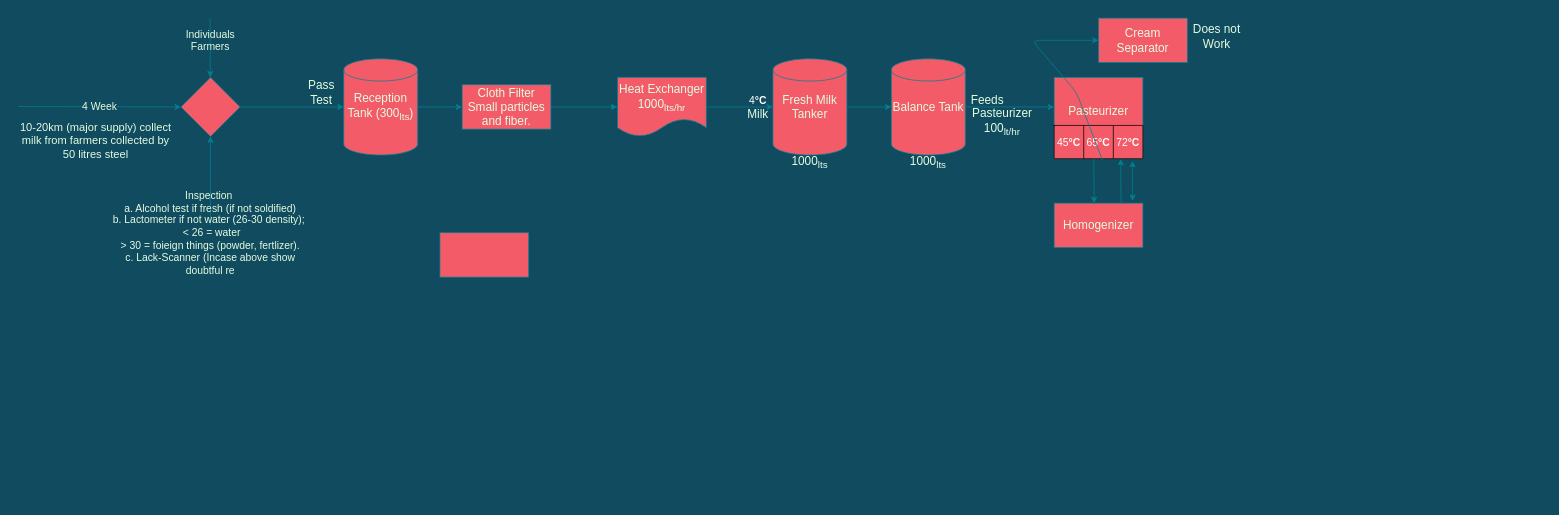
Above: Untitled Diagram.drawio in johnlee47/Abyss (draw.io), before the change. Source tidied: cells renumbered, new cells numbered last; positions are measured from the earlier drawing's top-left corner, leaving out a move shared by most shapes. Both pictures are drawn from the tidied source at 74%, with x=0, y=0 at pixel (18, 18).
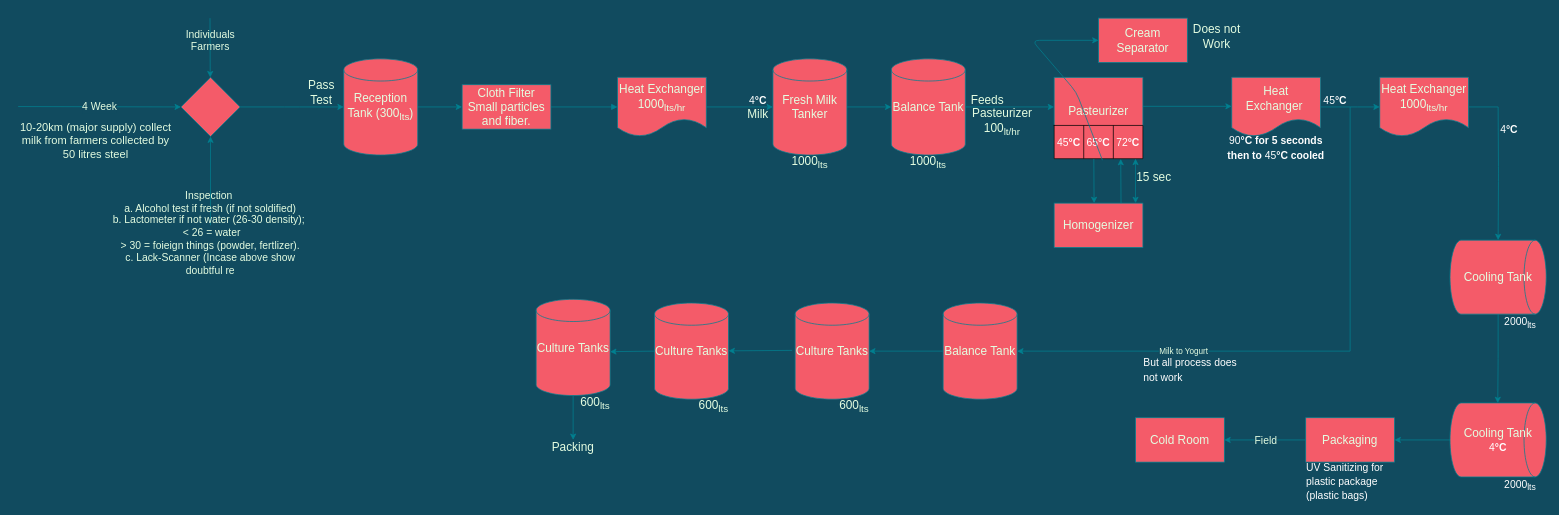
After the change.

Change to the diagram source:
```diff
@@
-    <mxCell id="16" style="rounded=0;whiteSpace=wrap;html=1;sketch=0;strokeColor=#028090;fillColor=#F45B69;fontSize=16;fontColor=#E4FDE1;labelPosition=center;verticalLabelPosition=middle;align=center;verticalAlign=middle;" parent="1" vertex="1">
-      <mxGeometry x="570" y="290" width="120" height="60" as="geometry" />
+    <mxCell id="16" value="Cold Room" style="rounded=0;whiteSpace=wrap;html=1;sketch=0;strokeColor=#028090;fillColor=#F45B69;fontSize=16;fontColor=#E4FDE1;labelPosition=center;verticalLabelPosition=middle;align=center;verticalAlign=middle;" parent="1" vertex="1">
+      <mxGeometry x="1510" y="540" width="120" height="60" as="geometry" />
     </mxCell>
@@
-    <mxCell id="41" style="endArrow=classic;startArrow=classic;html=1;strokeColor=#028090;fillColor=#F45B69;fontSize=16;fontColor=#E4FDE1;" parent="1" edge="1">
-      <mxGeometry relative="1" as="geometry">
-        <mxPoint x="1506" y="247" as="sourcePoint" />
-        <mxPoint x="1506" y="193" as="targetPoint" />
-        <Array as="points">
-          <mxPoint x="1506" y="220" />
-        </Array>
-      </mxGeometry>
-    </mxCell>
+    <mxCell id="42" value="15 sec" style="text;html=1;strokeColor=none;fillColor=none;align=center;verticalAlign=middle;whiteSpace=wrap;rounded=0;sketch=0;fontSize=16;fontColor=#E4FDE1;" parent="1" vertex="1">
+      <mxGeometry x="1510" y="205" width="50" height="20" as="geometry" />
+    </mxCell>
+    <mxCell id="43" style="endArrow=classic;startArrow=classic;html=1;strokeColor=#028090;fillColor=#F45B69;fontSize=16;fontColor=#E4FDE1;" parent="1" edge="1">
+      <mxGeometry relative="1" as="geometry">
+        <mxPoint x="1510" y="250" as="sourcePoint" />
+        <mxPoint x="1510" y="190" as="targetPoint" />
+      </mxGeometry>
+    </mxCell>
+    <mxCell id="44" style="edgeStyle=orthogonalEdgeStyle;curved=0;rounded=1;sketch=0;orthogonalLoop=1;jettySize=auto;html=1;strokeColor=#028090;fillColor=#F45B69;fontSize=16;fontColor=#E4FDE1;" parent="1" edge="1">
+      <mxGeometry relative="1" as="geometry">
+        <mxPoint x="1520" y="119.2" as="sourcePoint" />
+        <mxPoint x="1640" y="119.2" as="targetPoint" />
+      </mxGeometry>
+    </mxCell>
+    <mxCell id="45" style="edgeStyle=orthogonalEdgeStyle;curved=0;rounded=1;sketch=0;jettySize=auto;html=1;strokeColor=#028090;fillColor=#F45B69;fontSize=16;fontColor=#E4FDE1;" parent="1" edge="1" source="46">
+      <mxGeometry relative="1" as="geometry">
+        <mxPoint x="1840" y="120" as="targetPoint" />
+      </mxGeometry>
+    </mxCell>
+    <mxCell id="46" value="Heat Exchanger&amp;nbsp;" style="shape=document;whiteSpace=wrap;html=1;boundedLbl=1;rounded=0;sketch=0;strokeColor=#028090;fillColor=#F45B69;fontSize=16;fontColor=#E4FDE1;labelPosition=center;verticalLabelPosition=middle;align=center;verticalAlign=middle;" parent="1" vertex="1">
+      <mxGeometry x="1640" y="80" width="120" height="80" as="geometry" />
+    </mxCell>
+    <mxCell id="47" value="Heat Exchanger 1000&lt;sub&gt;lts/hr&lt;/sub&gt;" style="shape=document;whiteSpace=wrap;html=1;boundedLbl=1;rounded=0;sketch=0;strokeColor=#028090;fillColor=#F45B69;fontSize=16;fontColor=#E4FDE1;labelPosition=center;verticalLabelPosition=middle;align=center;verticalAlign=middle;" parent="1" vertex="1">
+      <mxGeometry x="1840" y="80" width="120" height="80" as="geometry" />
+    </mxCell>
+    <mxCell id="48" value="&lt;span style=&quot;font-family: &amp;#34;arial&amp;#34; , sans-serif ; font-size: 14px ; text-align: left&quot;&gt;&lt;font color=&quot;#ffffff&quot;&gt;45&lt;/font&gt;&lt;/span&gt;&lt;b style=&quot;font-family: &amp;#34;arial&amp;#34; , sans-serif ; font-size: 14px ; text-align: left&quot;&gt;&lt;font color=&quot;#ffffff&quot;&gt;°C&lt;/font&gt;&lt;/b&gt;" style="text;html=1;strokeColor=none;fillColor=none;align=center;verticalAlign=middle;whiteSpace=wrap;rounded=0;sketch=0;fontSize=16;fontColor=#E4FDE1;" parent="1" vertex="1">
+      <mxGeometry x="1760" y="100" width="40" height="20" as="geometry" />
+    </mxCell>
+    <mxCell id="49" value="&lt;span style=&quot;font-family: &amp;#34;arial&amp;#34; , sans-serif ; font-size: 14px ; text-align: left&quot;&gt;&lt;font color=&quot;#ffffff&quot;&gt;90&lt;b&gt;°C for 5 seconds then to&amp;nbsp;&lt;/b&gt;&lt;/font&gt;&lt;/span&gt;&lt;span style=&quot;font-family: &amp;#34;arial&amp;#34; , sans-serif ; font-size: 14px ; text-align: left&quot;&gt;&lt;font color=&quot;#ffffff&quot;&gt;45&lt;/font&gt;&lt;/span&gt;&lt;b style=&quot;font-family: &amp;#34;arial&amp;#34; , sans-serif ; font-size: 14px ; text-align: left&quot;&gt;&lt;font color=&quot;#ffffff&quot;&gt;°C cooled&lt;/font&gt;&lt;/b&gt;" style="text;html=1;strokeColor=none;fillColor=none;align=center;verticalAlign=middle;whiteSpace=wrap;rounded=0;sketch=0;fontSize=16;fontColor=#E4FDE1;" parent="1" vertex="1">
+      <mxGeometry x="1630" y="150" width="140" height="50" as="geometry" />
+    </mxCell>
+    <mxCell id="50" style="endArrow=none;html=1;strokeColor=#028090;fillColor=#F45B69;fontSize=16;fontColor=#E4FDE1;" parent="1" edge="1" source="47">
+      <mxGeometry relative="1" as="geometry">
+        <mxPoint x="2000" y="120" as="targetPoint" />
+      </mxGeometry>
+    </mxCell>
+    <mxCell id="51" style="edgeStyle=orthogonalEdgeStyle;curved=0;rounded=1;sketch=0;jettySize=auto;html=1;strokeColor=#028090;fillColor=#F45B69;fontSize=16;fontColor=#E4FDE1;" parent="1" edge="1" target="55">
+      <mxGeometry relative="1" as="geometry">
+        <mxPoint x="2000" y="120" as="sourcePoint" />
+      </mxGeometry>
+    </mxCell>
+    <mxCell id="52" style="edgeStyle=orthogonalEdgeStyle;curved=0;rounded=1;sketch=0;jettySize=auto;html=1;strokeColor=#028090;fillColor=#F45B69;fontSize=16;fontColor=#E4FDE1;entryX=0.003;entryY=0.504;entryDx=0;entryDy=0;entryPerimeter=0;" parent="1" edge="1" source="55" target="54">
+      <mxGeometry relative="1" as="geometry" />
+    </mxCell>
+    <mxCell id="53" style="edgeStyle=orthogonalEdgeStyle;curved=0;rounded=1;sketch=0;jettySize=auto;html=1;strokeColor=#028090;fillColor=#F45B69;fontSize=16;fontColor=#E4FDE1;entryX=1;entryY=0.5;entryDx=0;entryDy=0;" parent="1" edge="1" source="54" target="58">
+      <mxGeometry relative="1" as="geometry" />
+    </mxCell>
+    <mxCell id="54" value="Cooling Tank&lt;br&gt;&lt;span style=&quot;font-family: &amp;#34;arial&amp;#34; , sans-serif ; font-size: 14px ; text-align: left&quot;&gt;&lt;font color=&quot;#ffffff&quot;&gt;4&lt;/font&gt;&lt;/span&gt;&lt;b style=&quot;font-family: &amp;#34;arial&amp;#34; , sans-serif ; font-size: 14px ; text-align: left&quot;&gt;&lt;font color=&quot;#ffffff&quot;&gt;°C&lt;/font&gt;&lt;/b&gt;" style="shape=cylinder2;whiteSpace=wrap;html=1;boundedLbl=1;backgroundOutline=1;size=15;rounded=0;sketch=0;strokeColor=#028090;fillColor=#F45B69;fontSize=16;fontColor=#E4FDE1;labelPosition=center;verticalLabelPosition=middle;align=center;verticalAlign=middle;direction=south;" parent="1" vertex="1">
+      <mxGeometry x="1935" y="520" width="130" height="100" as="geometry" />
+    </mxCell>
+    <mxCell id="55" value="Cooling Tank" style="shape=cylinder2;whiteSpace=wrap;html=1;boundedLbl=1;backgroundOutline=1;size=15;rounded=0;sketch=0;strokeColor=#028090;fillColor=#F45B69;fontSize=16;fontColor=#E4FDE1;labelPosition=center;verticalLabelPosition=middle;align=center;verticalAlign=middle;direction=south;" parent="1" vertex="1">
+      <mxGeometry x="1935" y="300" width="130" height="100" as="geometry" />
+    </mxCell>
+    <mxCell id="56" value="&lt;div style=&quot;text-align: left&quot;&gt;&lt;span style=&quot;font-size: 14px&quot;&gt;&lt;font color=&quot;#ffffff&quot; face=&quot;arial, sans-serif&quot;&gt;2000&lt;sub&gt;lts&lt;/sub&gt;&lt;/font&gt;&lt;/span&gt;&lt;/div&gt;" style="text;html=1;strokeColor=none;fillColor=none;align=center;verticalAlign=middle;whiteSpace=wrap;rounded=0;sketch=0;fontSize=16;fontColor=#E4FDE1;" parent="1" vertex="1">
+      <mxGeometry x="2010" y="400" width="40" height="20" as="geometry" />
+    </mxCell>
+    <mxCell id="57" value="&lt;div style=&quot;text-align: left&quot;&gt;&lt;span style=&quot;font-size: 14px&quot;&gt;&lt;font color=&quot;#ffffff&quot; face=&quot;arial, sans-serif&quot;&gt;2000&lt;sub&gt;lts&lt;/sub&gt;&lt;/font&gt;&lt;/span&gt;&lt;/div&gt;" style="text;html=1;strokeColor=none;fillColor=none;align=center;verticalAlign=middle;whiteSpace=wrap;rounded=0;sketch=0;fontSize=16;fontColor=#E4FDE1;" parent="1" vertex="1">
+      <mxGeometry x="2010" y="620" width="40" height="20" as="geometry" />
+    </mxCell>
+    <mxCell id="58" value="Packaging" style="rounded=0;whiteSpace=wrap;html=1;sketch=0;strokeColor=#028090;fillColor=#F45B69;fontSize=16;fontColor=#E4FDE1;" parent="1" vertex="1">
+      <mxGeometry x="1740" y="540" width="120" height="60" as="geometry" />
+    </mxCell>
+    <mxCell id="59" value="&lt;span style=&quot;font-family: &amp;#34;arial&amp;#34; , sans-serif ; font-size: 14px ; text-align: left&quot;&gt;&lt;font color=&quot;#ffffff&quot;&gt;4&lt;/font&gt;&lt;/span&gt;&lt;b style=&quot;font-family: &amp;#34;arial&amp;#34; , sans-serif ; font-size: 14px ; text-align: left&quot;&gt;&lt;font color=&quot;#ffffff&quot;&gt;°C&lt;/font&gt;&lt;/b&gt;" style="text;html=1;strokeColor=none;fillColor=none;align=center;verticalAlign=middle;whiteSpace=wrap;rounded=0;sketch=0;fontSize=16;fontColor=#E4FDE1;" parent="1" vertex="1">
+      <mxGeometry x="2000" y="140" width="30" height="20" as="geometry" />
+    </mxCell>
+    <mxCell id="60" style="endArrow=classic;html=1;labelBackgroundColor=#114B5F;strokeColor=#028090;fontColor=#E4FDE1;labelPosition=center;verticalLabelPosition=middle;align=center;verticalAlign=middle;exitX=0;exitY=0.5;exitDx=0;exitDy=0;entryX=1;entryY=0.5;entryDx=0;entryDy=0;" parent="1" edge="1" source="58" target="16">
+      <mxGeometry relative="1" as="geometry" />
+    </mxCell>
+    <mxCell id="61" value="Field" style="edgeLabel;html=1;align=center;verticalAlign=middle;labelBackgroundColor=#114B5F;fontColor=#E4FDE1;fontSize=14;labelPosition=center;verticalLabelPosition=middle;" parent="60" vertex="1">
+      <mxGeometry relative="1" as="geometry" />
+    </mxCell>
+    <mxCell id="62" value="&lt;div style=&quot;text-align: left&quot;&gt;&lt;span style=&quot;font-size: 14px&quot;&gt;&lt;font color=&quot;#ffffff&quot; face=&quot;arial, sans-serif&quot;&gt;UV Sanitizing for plastic package (plastic bags)&lt;/font&gt;&lt;/span&gt;&lt;/div&gt;" style="text;html=1;strokeColor=none;fillColor=none;align=center;verticalAlign=middle;whiteSpace=wrap;rounded=0;sketch=0;fontSize=16;fontColor=#E4FDE1;" parent="1" vertex="1">
+      <mxGeometry x="1740" y="600" width="140" height="50" as="geometry" />
+    </mxCell>
+    <mxCell id="63" style="endArrow=none;html=1;strokeColor=#028090;fillColor=#F45B69;fontSize=16;fontColor=#E4FDE1;" parent="1" edge="1">
+      <mxGeometry relative="1" as="geometry">
+        <mxPoint x="1800" y="450" as="sourcePoint" />
+        <mxPoint x="1800" y="120" as="targetPoint" />
+      </mxGeometry>
+    </mxCell>
+    <mxCell id="64" value="Milk to Yogurt" style="endArrow=classic;html=1;labelBackgroundColor=#114B5F;strokeColor=#028090;fontColor=#E4FDE1;labelPosition=center;verticalLabelPosition=middle;align=center;verticalAlign=middle;" parent="1" edge="1">
+      <mxGeometry relative="1" as="geometry">
+        <mxPoint x="1800" y="450" as="sourcePoint" />
+        <mxPoint x="1350" y="450" as="targetPoint" />
+      </mxGeometry>
+    </mxCell>
+    <mxCell id="65" value="&lt;div style=&quot;text-align: left&quot;&gt;&lt;span style=&quot;font-size: 14px&quot;&gt;&lt;font color=&quot;#ffffff&quot; face=&quot;arial, sans-serif&quot;&gt;But all process does not work&lt;/font&gt;&lt;/span&gt;&lt;/div&gt;" style="text;html=1;strokeColor=none;fillColor=none;align=center;verticalAlign=middle;whiteSpace=wrap;rounded=0;sketch=0;fontSize=16;fontColor=#E4FDE1;" parent="1" vertex="1">
+      <mxGeometry x="1520" y="450" width="140" height="50" as="geometry" />
+    </mxCell>
+    <mxCell id="66" value="Balance Tank" style="shape=cylinder2;whiteSpace=wrap;html=1;boundedLbl=1;backgroundOutline=1;size=15;rounded=0;sketch=0;strokeColor=#028090;fillColor=#F45B69;fontSize=16;fontColor=#E4FDE1;labelPosition=center;verticalLabelPosition=middle;align=center;verticalAlign=middle;" parent="1" vertex="1">
+      <mxGeometry x="1250" y="385" width="100" height="130" as="geometry" />
+    </mxCell>
+    <mxCell id="67" style="endArrow=classic;html=1;strokeColor=#028090;fillColor=#F45B69;fontSize=16;fontColor=#E4FDE1;exitX=0;exitY=0.5;exitDx=0;exitDy=0;exitPerimeter=0;" parent="1" edge="1" source="66">
+      <mxGeometry relative="1" as="geometry">
+        <mxPoint x="1150" y="450" as="targetPoint" />
+      </mxGeometry>
+    </mxCell>
+    <mxCell id="68" value="Culture Tanks" style="shape=cylinder2;whiteSpace=wrap;html=1;boundedLbl=1;backgroundOutline=1;size=15;rounded=0;sketch=0;strokeColor=#028090;fillColor=#F45B69;fontSize=16;fontColor=#E4FDE1;labelPosition=center;verticalLabelPosition=middle;align=center;verticalAlign=middle;" parent="1" vertex="1">
+      <mxGeometry x="1050" y="385" width="100" height="130" as="geometry" />
+    </mxCell>
+    <mxCell id="69" style="endArrow=classic;html=1;strokeColor=#028090;fillColor=#F45B69;fontSize=16;fontColor=#E4FDE1;" parent="1" edge="1">
+      <mxGeometry relative="1" as="geometry">
+        <mxPoint x="1046" y="449" as="sourcePoint" />
+        <mxPoint x="960" y="449.6" as="targetPoint" />
+      </mxGeometry>
+    </mxCell>
+    <mxCell id="70" value="600&lt;sub&gt;lts&lt;/sub&gt;" style="text;html=1;strokeColor=none;fillColor=none;align=center;verticalAlign=middle;whiteSpace=wrap;rounded=0;sketch=0;fontSize=16;fontColor=#E4FDE1;" parent="1" vertex="1">
+      <mxGeometry x="920" y="515" width="40" height="20" as="geometry" />
+    </mxCell>
+    <mxCell id="71" value="600&lt;sub&gt;lts&lt;/sub&gt;" style="text;html=1;strokeColor=none;fillColor=none;align=center;verticalAlign=middle;whiteSpace=wrap;rounded=0;sketch=0;fontSize=16;fontColor=#E4FDE1;" parent="1" vertex="1">
+      <mxGeometry x="1110" y="515" width="40" height="20" as="geometry" />
+    </mxCell>
+    <mxCell id="72" value="600&lt;sub&gt;lts&lt;/sub&gt;" style="text;html=1;strokeColor=none;fillColor=none;align=center;verticalAlign=middle;whiteSpace=wrap;rounded=0;sketch=0;fontSize=16;fontColor=#E4FDE1;" parent="1" vertex="1">
+      <mxGeometry x="760" y="510" width="40" height="20" as="geometry" />
+    </mxCell>
+    <mxCell id="73" value="Culture Tanks" style="shape=cylinder2;whiteSpace=wrap;html=1;boundedLbl=1;backgroundOutline=1;size=15;rounded=0;sketch=0;strokeColor=#028090;fillColor=#F45B69;fontSize=16;fontColor=#E4FDE1;labelPosition=center;verticalLabelPosition=middle;align=center;verticalAlign=middle;" parent="1" vertex="1">
+      <mxGeometry x="860" y="385" width="100" height="130" as="geometry" />
+    </mxCell>
+    <mxCell id="74" value="Culture Tanks" style="shape=cylinder2;whiteSpace=wrap;html=1;boundedLbl=1;backgroundOutline=1;size=15;rounded=0;sketch=0;strokeColor=#028090;fillColor=#F45B69;fontSize=16;fontColor=#E4FDE1;labelPosition=center;verticalLabelPosition=middle;align=center;verticalAlign=middle;" parent="1" vertex="1">
+      <mxGeometry x="700" y="380" width="100" height="130" as="geometry" />
+    </mxCell>
+    <mxCell id="75" style="endArrow=classic;html=1;strokeColor=#028090;fillColor=#F45B69;fontSize=16;fontColor=#E4FDE1;entryX=1;entryY=0.544;entryDx=0;entryDy=0;entryPerimeter=0;" parent="1" edge="1" target="74">
+      <mxGeometry relative="1" as="geometry">
+        <mxPoint x="860" y="450" as="sourcePoint" />
+      </mxGeometry>
+    </mxCell>
+    <mxCell id="76" style="endArrow=classic;html=1;strokeColor=#028090;fillColor=#F45B69;fontSize=16;fontColor=#E4FDE1;" parent="1" edge="1">
+      <mxGeometry relative="1" as="geometry">
+        <mxPoint x="750" y="510" as="sourcePoint" />
+        <mxPoint x="750" y="570" as="targetPoint" />
+      </mxGeometry>
+    </mxCell>
+    <mxCell id="77" value="Packing" style="text;html=1;strokeColor=none;fillColor=none;align=center;verticalAlign=middle;whiteSpace=wrap;rounded=0;sketch=0;fontSize=16;fontColor=#E4FDE1;" parent="1" vertex="1">
+      <mxGeometry x="730" y="570" width="40" height="20" as="geometry" />
+    </mxCell>
```
